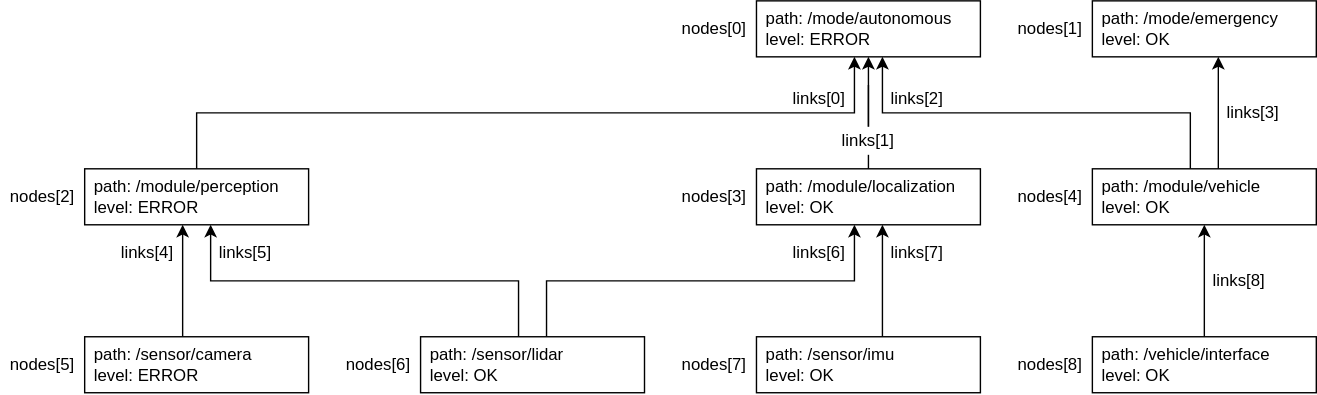
Above: docs/design/autoware-interfaces/ad-api/features/diagnostics/tree.drawio.svg in autowarefoundation/autoware-documentation (draw.io), before the change. Source tidied: cells renumbered, new cells last; positions are measured from the earlier drawing's top-left corner, leaving out a move shared by most shapes.
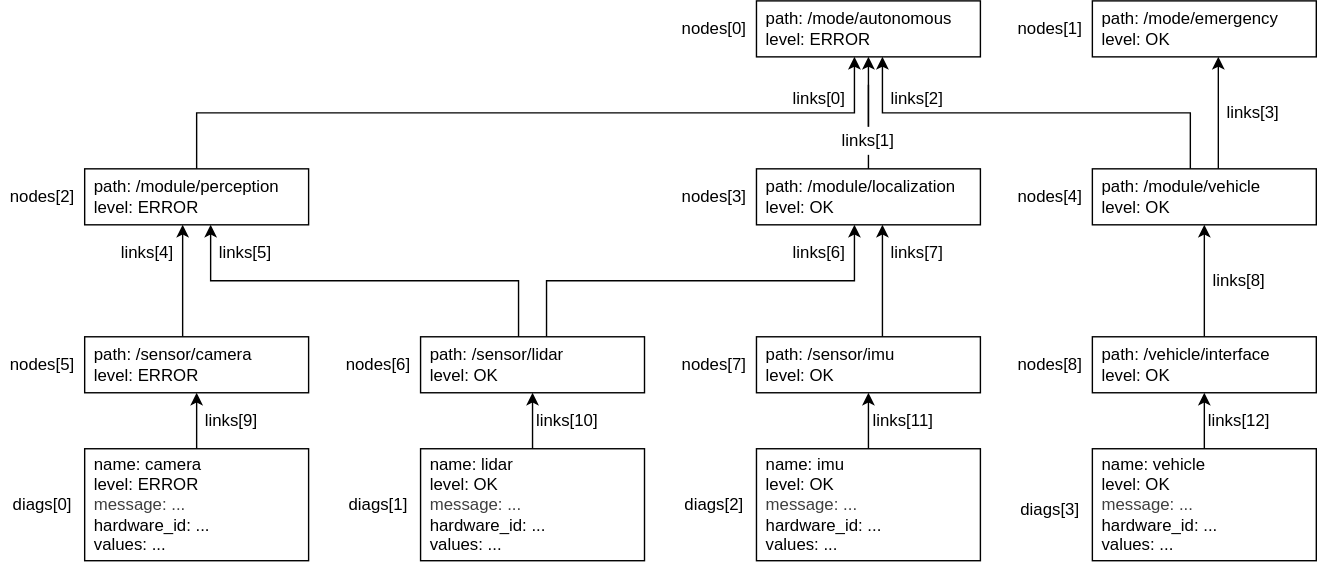
The same file after the commit.

Change to the diagram source:
```diff
@@ -156,5 +156,53 @@
     <mxCell id="38" value="links[8]" style="text;html=1;align=center;verticalAlign=middle;whiteSpace=wrap;rounded=0;" parent="1" vertex="1">
       <mxGeometry x="860" y="190" width="50" height="20" as="geometry" />
     </mxCell>
+    <mxCell id="39" style="edgeStyle=none;html=1;" parent="1" edge="1" source="40" target="21">
+      <mxGeometry relative="1" as="geometry" />
+    </mxCell>
+    <mxCell id="40" value="name: camera&lt;br&gt;level: ERROR&lt;div&gt;&lt;span style=&quot;color: rgb(63, 63, 63);&quot;&gt;message: ...&lt;/span&gt;&lt;font color=&quot;#000000&quot;&gt;&lt;br&gt;&lt;/font&gt;&lt;div&gt;hardware_id: ...&lt;/div&gt;&lt;div&gt;values: ...&lt;/div&gt;&lt;/div&gt;" style="rounded=0;whiteSpace=wrap;html=1;align=left;spacingLeft=5;" parent="1" vertex="1">
+      <mxGeometry x="60" y="320" width="160" height="80" as="geometry" />
+    </mxCell>
+    <mxCell id="41" style="edgeStyle=none;html=1;" parent="1" edge="1" source="42" target="13">
+      <mxGeometry relative="1" as="geometry" />
+    </mxCell>
+    <mxCell id="42" value="name: lidar&lt;br&gt;level: OK&lt;div&gt;&lt;span style=&quot;color: rgb(63, 63, 63);&quot;&gt;message: ...&lt;/span&gt;&lt;font color=&quot;#000000&quot;&gt;&lt;br&gt;&lt;/font&gt;&lt;div&gt;hardware_id: ...&lt;/div&gt;&lt;div&gt;values: ...&lt;/div&gt;&lt;/div&gt;" style="rounded=0;whiteSpace=wrap;html=1;align=left;spacingLeft=5;" parent="1" vertex="1">
+      <mxGeometry x="300" y="320" width="160" height="80" as="geometry" />
+    </mxCell>
+    <mxCell id="43" style="edgeStyle=none;html=1;" parent="1" edge="1" source="44" target="19">
+      <mxGeometry relative="1" as="geometry" />
+    </mxCell>
+    <mxCell id="44" value="name: imu&lt;br&gt;level: OK&lt;div&gt;&lt;span style=&quot;color: rgb(63, 63, 63);&quot;&gt;message: ...&lt;/span&gt;&lt;font color=&quot;#000000&quot;&gt;&lt;br&gt;&lt;/font&gt;&lt;div&gt;hardware_id: ...&lt;/div&gt;&lt;div&gt;values: ...&lt;/div&gt;&lt;/div&gt;" style="rounded=0;whiteSpace=wrap;html=1;align=left;spacingLeft=5;" parent="1" vertex="1">
+      <mxGeometry x="540" y="320" width="160" height="80" as="geometry" />
+    </mxCell>
+    <mxCell id="45" style="edgeStyle=none;html=1;" parent="1" edge="1" source="46" target="15">
+      <mxGeometry relative="1" as="geometry" />
+    </mxCell>
+    <mxCell id="46" value="name: vehicle&lt;br&gt;level: OK&lt;div&gt;&lt;span style=&quot;color: rgb(63, 63, 63);&quot;&gt;message: ...&lt;/span&gt;&lt;font color=&quot;#000000&quot;&gt;&lt;br&gt;&lt;/font&gt;&lt;div&gt;hardware_id: ...&lt;/div&gt;&lt;div&gt;values: ...&lt;/div&gt;&lt;/div&gt;" style="rounded=0;whiteSpace=wrap;html=1;align=left;spacingLeft=5;" parent="1" vertex="1">
+      <mxGeometry x="780" y="320" width="160" height="80" as="geometry" />
+    </mxCell>
+    <mxCell id="47" value="diags[0]" style="text;html=1;align=center;verticalAlign=middle;whiteSpace=wrap;rounded=0;" parent="1" vertex="1">
+      <mxGeometry y="350" width="60" height="20" as="geometry" />
+    </mxCell>
+    <mxCell id="48" value="diags[1]" style="text;html=1;align=center;verticalAlign=middle;whiteSpace=wrap;rounded=0;" parent="1" vertex="1">
+      <mxGeometry x="240" y="350" width="60" height="20" as="geometry" />
+    </mxCell>
+    <mxCell id="49" value="diags[2]" style="text;html=1;align=center;verticalAlign=middle;whiteSpace=wrap;rounded=0;" parent="1" vertex="1">
+      <mxGeometry x="480" y="350" width="60" height="20" as="geometry" />
+    </mxCell>
+    <mxCell id="50" value="diags[3]" style="text;html=1;align=center;verticalAlign=middle;whiteSpace=wrap;rounded=0;" parent="1" vertex="1">
+      <mxGeometry x="720" y="354" width="60" height="20" as="geometry" />
+    </mxCell>
+    <mxCell id="51" value="links[9]" style="text;html=1;align=center;verticalAlign=middle;whiteSpace=wrap;rounded=0;" parent="1" vertex="1">
+      <mxGeometry x="140" y="290" width="50" height="20" as="geometry" />
+    </mxCell>
+    <mxCell id="52" value="links[10]" style="text;html=1;align=center;verticalAlign=middle;whiteSpace=wrap;rounded=0;" parent="1" vertex="1">
+      <mxGeometry x="380" y="290" width="50" height="20" as="geometry" />
+    </mxCell>
+    <mxCell id="53" value="links[11]" style="text;html=1;align=center;verticalAlign=middle;whiteSpace=wrap;rounded=0;" parent="1" vertex="1">
+      <mxGeometry x="620" y="290" width="50" height="20" as="geometry" />
+    </mxCell>
+    <mxCell id="54" value="links[12]" style="text;html=1;align=center;verticalAlign=middle;whiteSpace=wrap;rounded=0;" parent="1" vertex="1">
+      <mxGeometry x="860" y="290" width="50" height="20" as="geometry" />
+    </mxCell>
   </root>
 </mxGraphModel>
```
